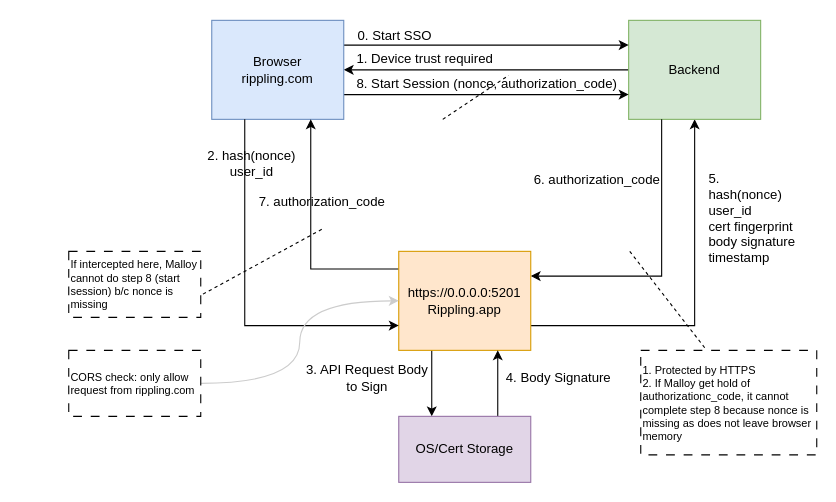
Before: Untitled Diagram June 24, 2024.drawio in hyzhangsf/back_up_scripts, a draw.io diagram. Source tidied: cells renumbered, new cells numbered last; positions are measured from the earlier drawing's top-left corner, leaving out a move shared by most shapes. Both pictures are drawn from the tidied source at 110%, with x=0, y=0 at pixel (68, 19).
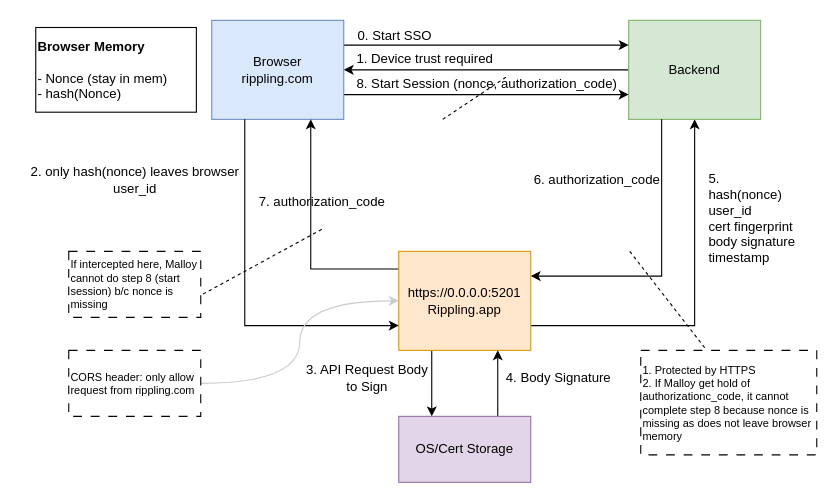
The same page after the edit.

Diff of the diagram source:
```diff
@@
-    <mxCell id="18" value="2. hash(nonce)&lt;br&gt;user_id" style="text;html=1;align=center;verticalAlign=middle;strokeColor=none;fillColor=none;gradientColor=none;" parent="1" vertex="1">
-      <mxGeometry x="116" y="111" width="100" height="40" as="geometry" />
+    <mxCell id="18" value="2. only hash(nonce) leaves browser&lt;br&gt;user_id" style="text;html=1;align=center;verticalAlign=middle;strokeColor=none;fillColor=none;gradientColor=none;" parent="1" vertex="1">
+      <mxGeometry x="-45" y="126" width="210" height="40" as="geometry" />
     </mxCell>
@@
-    <mxCell id="25" value="CORS check:&amp;nbsp;&lt;span style=&quot;background-color: initial;&quot;&gt;only allow request from rippling.com&lt;/span&gt;" style="rounded=0;whiteSpace=wrap;html=1;dashed=1;dashPattern=8 8;fontSize=10;align=left;" parent="1" vertex="1">
+    <mxCell id="25" value="CORS header:&amp;nbsp;&lt;span style=&quot;background-color: initial;&quot;&gt;only allow request from rippling.com&lt;/span&gt;" style="rounded=0;whiteSpace=wrap;html=1;dashed=1;dashPattern=8 8;fontSize=10;align=left;" parent="1" vertex="1">
       <mxGeometry y="301" width="120" height="60" as="geometry" />
     </mxCell>
@@
+    <mxCell id="31" value="&lt;b&gt;Browser Memory&lt;/b&gt;&lt;div&gt;&lt;b&gt;&lt;br&gt;&lt;/b&gt;&lt;div&gt;- Nonce (stay in mem)&lt;/div&gt;&lt;div&gt;- hash(Nonce)&lt;/div&gt;&lt;/div&gt;" style="rounded=0;whiteSpace=wrap;html=1;align=left;" parent="1" vertex="1">
+      <mxGeometry x="-30" y="7.5" width="146" height="77" as="geometry" />
+    </mxCell>
```
